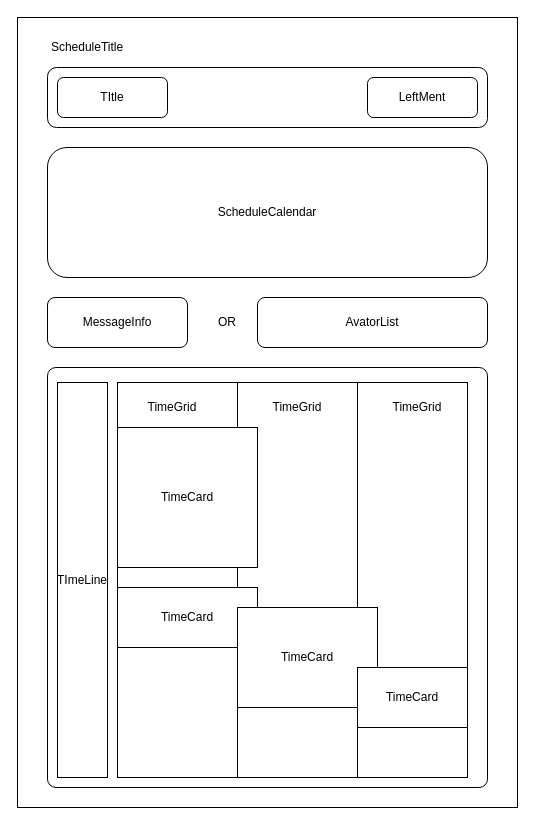
Earlier version of the draw.io diagram Untitled Diagram.drawio (Leonard-Li777/awesome-react-cn). Source tidied: cells renumbered, new cells numbered last; positions are measured from the earlier drawing's top-left corner, leaving out a move shared by most shapes. Both pictures are drawn from the tidied source at 100%, with x=0, y=0 at pixel (17, 17).
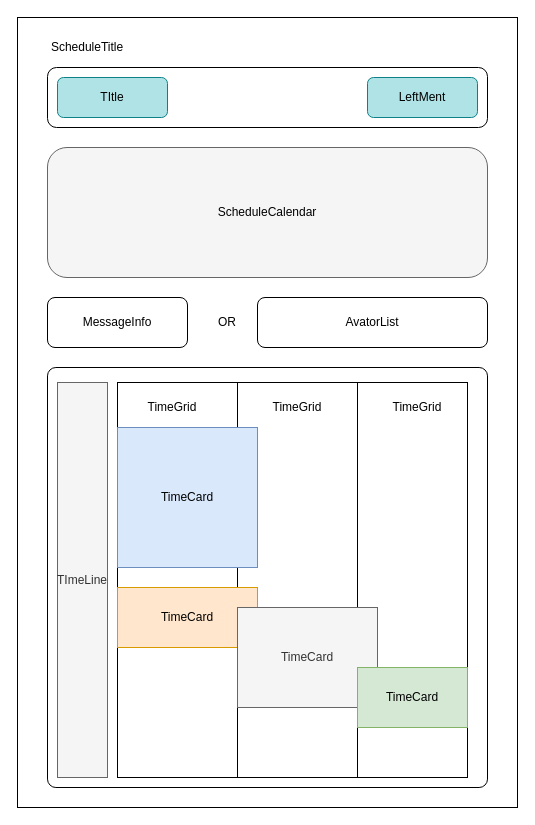
Above is the later version.

What changed in the source:
```diff
@@
-    <mxCell id="5" style="rounded=1;whiteSpace=wrap;html=1;" parent="1" vertex="1">
+    <mxCell id="5" style="rounded=1;whiteSpace=wrap;html=1;fillColor=#f5f5f5;strokeColor=#666666;fontColor=#333333;" parent="1" vertex="1">
       <mxGeometry x="30" y="130" width="440" height="130" as="geometry" />
     </mxCell>
@@
-    <mxCell id="7" value="TItle" style="rounded=1;whiteSpace=wrap;html=1;" parent="1" vertex="1">
+    <mxCell id="7" value="TItle" style="rounded=1;whiteSpace=wrap;html=1;fillColor=#b0e3e6;strokeColor=#0e8088;" parent="1" vertex="1">
       <mxGeometry x="40" y="60" width="110" height="40" as="geometry" />
     </mxCell>
-    <mxCell id="8" value="LeftMent" style="rounded=1;whiteSpace=wrap;html=1;" parent="1" vertex="1">
+    <mxCell id="8" value="LeftMent" style="rounded=1;whiteSpace=wrap;html=1;fillColor=#b0e3e6;strokeColor=#0e8088;" parent="1" vertex="1">
       <mxGeometry x="350" y="60" width="110" height="40" as="geometry" />
     </mxCell>
@@
-    <mxCell id="13" value="TImeLine" style="rounded=0;whiteSpace=wrap;html=1;" parent="1" vertex="1">
+    <mxCell id="13" value="TImeLine" style="rounded=0;whiteSpace=wrap;html=1;fillColor=#f5f5f5;strokeColor=#666666;fontColor=#333333;" parent="1" vertex="1">
       <mxGeometry x="40" y="365" width="50" height="395" as="geometry" />
     </mxCell>
@@
-    <mxCell id="17" value="TimeCard" style="whiteSpace=wrap;html=1;" parent="1" vertex="1">
+    <mxCell id="17" value="TimeCard" style="whiteSpace=wrap;html=1;fillColor=#dae8fc;strokeColor=#6c8ebf;" parent="1" vertex="1">
       <mxGeometry x="100" y="410" width="140" height="140" as="geometry" />
     </mxCell>
-    <mxCell id="18" value="&lt;span&gt;TimeCard&lt;/span&gt;" style="rounded=0;whiteSpace=wrap;html=1;" parent="1" vertex="1">
+    <mxCell id="18" value="&lt;span&gt;TimeCard&lt;/span&gt;" style="rounded=0;whiteSpace=wrap;html=1;fillColor=#ffe6cc;strokeColor=#d79b00;" parent="1" vertex="1">
       <mxGeometry x="100" y="570" width="140" height="60" as="geometry" />
     </mxCell>
@@
-    <mxCell id="20" value="&lt;span&gt;TimeCard&lt;/span&gt;" style="rounded=0;whiteSpace=wrap;html=1;" parent="1" vertex="1">
+    <mxCell id="20" value="&lt;span&gt;TimeCard&lt;/span&gt;" style="rounded=0;whiteSpace=wrap;html=1;fillColor=#f5f5f5;strokeColor=#666666;fontColor=#333333;" parent="1" vertex="1">
       <mxGeometry x="220" y="590" width="140" height="100" as="geometry" />
     </mxCell>
-    <mxCell id="21" value="&lt;span&gt;TimeCard&lt;/span&gt;" style="rounded=0;whiteSpace=wrap;html=1;" parent="1" vertex="1">
+    <mxCell id="21" value="&lt;span&gt;TimeCard&lt;/span&gt;" style="rounded=0;whiteSpace=wrap;html=1;fillColor=#d5e8d4;strokeColor=#82b366;" parent="1" vertex="1">
       <mxGeometry x="340" y="650" width="110" height="60" as="geometry" />
     </mxCell>
```
